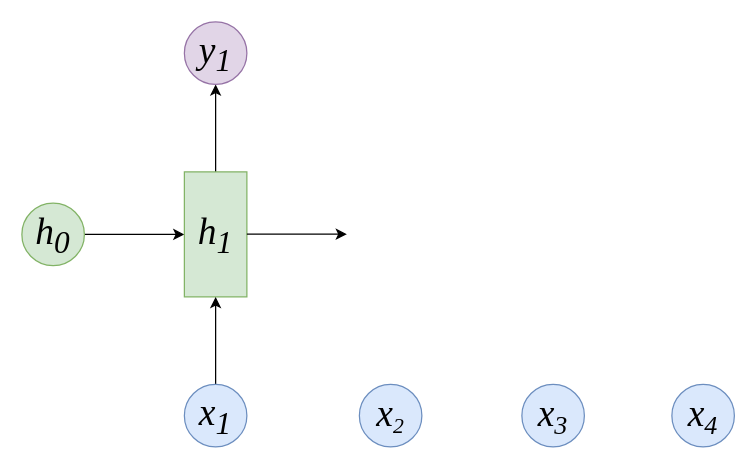
Before: efficient_transformer/rnn.drawio in lengyueit/paper_pic, a draw.io diagram. Source tidied: cells renumbered, new cells numbered last; positions are measured from the earlier drawing's top-left corner, leaving out a move shared by most shapes. Both pictures are drawn from the tidied source at 125%, with x=0, y=0 at pixel (21, 21).
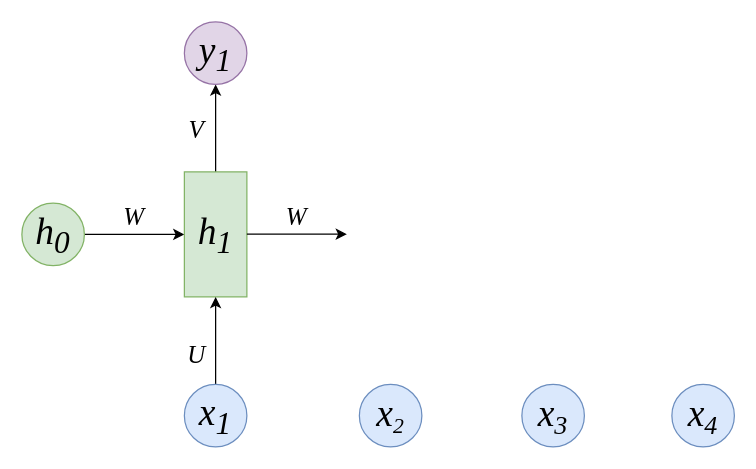
After the change.

Diff of the diagram source:
```diff
@@
 <mxGraphModel>
   <root>
     <mxCell id="0" />
     <mxCell id="1" parent="0" />
     <mxCell id="2" style="edgeStyle=orthogonalEdgeStyle;rounded=0;jettySize=auto;html=1;exitX=1;exitY=0.5;exitDx=0;exitDy=0;entryX=0;entryY=0.5;entryDx=0;entryDy=0;" parent="1" edge="1" source="3" target="5">
       <mxGeometry relative="1" as="geometry" />
     </mxCell>
     <mxCell id="3" value="&lt;i&gt;h&lt;sub&gt;0&lt;/sub&gt;&lt;/i&gt;" style="ellipse;whiteSpace=wrap;html=1;fontFamily=Times New Roman;fontSize=30;fillColor=#d5e8d4;strokeColor=#82b366;" parent="1" vertex="1">
       <mxGeometry y="145" width="50" height="50" as="geometry" />
     </mxCell>
     <mxCell id="4" style="edgeStyle=orthogonalEdgeStyle;rounded=0;jettySize=auto;html=1;exitX=0.5;exitY=0;exitDx=0;exitDy=0;entryX=0.5;entryY=1;entryDx=0;entryDy=0;" parent="1" edge="1" source="5" target="12">
       <mxGeometry relative="1" as="geometry" />
     </mxCell>
     <mxCell id="5" value="h&lt;sub&gt;1&lt;/sub&gt;" style="rounded=0;whiteSpace=wrap;html=1;fontFamily=Times New Roman;fontSize=30;fontStyle=2;fillColor=#d5e8d4;strokeColor=#82b366;" parent="1" vertex="1">
       <mxGeometry x="130" y="120" width="50" height="100" as="geometry" />
     </mxCell>
     <mxCell id="6" style="edgeStyle=orthogonalEdgeStyle;rounded=0;orthogonalLoop=1;jettySize=auto;html=1;exitX=1;exitY=0.5;exitDx=0;exitDy=0;entryX=0;entryY=0.5;entryDx=0;entryDy=0;" parent="1" edge="1">
       <mxGeometry relative="1" as="geometry">
         <mxPoint x="180" y="169.8" as="sourcePoint" />
         <mxPoint x="260" y="169.8" as="targetPoint" />
       </mxGeometry>
     </mxCell>
     <mxCell id="7" style="edgeStyle=orthogonalEdgeStyle;rounded=0;jettySize=auto;html=1;exitX=0.5;exitY=0;exitDx=0;exitDy=0;entryX=0.5;entryY=1;entryDx=0;entryDy=0;" parent="1" edge="1" source="8" target="5">
       <mxGeometry relative="1" as="geometry" />
     </mxCell>
     <mxCell id="8" value="&lt;i&gt;x&lt;sub&gt;1&lt;/sub&gt;&lt;/i&gt;" style="ellipse;whiteSpace=wrap;html=1;fontFamily=Times New Roman;fontSize=30;fillColor=#dae8fc;strokeColor=#6c8ebf;" parent="1" vertex="1">
       <mxGeometry x="130" y="290" width="50" height="50" as="geometry" />
     </mxCell>
     <mxCell id="9" value="&lt;i&gt;x&lt;span style=&quot;font-size: 20.8333px;&quot;&gt;&lt;sub&gt;2&lt;/sub&gt;&lt;/span&gt;&lt;/i&gt;" style="ellipse;whiteSpace=wrap;html=1;fontFamily=Times New Roman;fontSize=30;fillColor=#dae8fc;strokeColor=#6c8ebf;" parent="1" vertex="1">
       <mxGeometry x="270" y="290" width="50" height="50" as="geometry" />
     </mxCell>
     <mxCell id="10" value="&lt;i&gt;x&lt;span style=&quot;font-size: 25px;&quot;&gt;&lt;sub&gt;3&lt;/sub&gt;&lt;/span&gt;&lt;/i&gt;" style="ellipse;whiteSpace=wrap;html=1;fontFamily=Times New Roman;fontSize=30;fillColor=#dae8fc;strokeColor=#6c8ebf;" parent="1" vertex="1">
       <mxGeometry x="400" y="290" width="50" height="50" as="geometry" />
     </mxCell>
     <mxCell id="11" value="&lt;i&gt;x&lt;span style=&quot;font-size: 25px;&quot;&gt;&lt;sub&gt;4&lt;/sub&gt;&lt;/span&gt;&lt;/i&gt;" style="ellipse;whiteSpace=wrap;html=1;fontFamily=Times New Roman;fontSize=30;fillColor=#dae8fc;strokeColor=#6c8ebf;" parent="1" vertex="1">
       <mxGeometry x="520" y="290" width="50" height="50" as="geometry" />
     </mxCell>
     <mxCell id="12" value="&lt;i&gt;y&lt;sub&gt;1&lt;/sub&gt;&lt;/i&gt;" style="ellipse;whiteSpace=wrap;html=1;fontFamily=Times New Roman;fontSize=30;fillColor=#e1d5e7;strokeColor=#9673a6;" parent="1" vertex="1">
       <mxGeometry x="130" width="50" height="50" as="geometry" />
     </mxCell>
+    <mxCell id="13" value="W" style="text;html=1;align=center;verticalAlign=middle;whiteSpace=wrap;rounded=0;fontFamily=Times New Roman;fontSize=20;fontStyle=2;" parent="1" vertex="1">
+      <mxGeometry x="60" y="140" width="60" height="30" as="geometry" />
+    </mxCell>
+    <mxCell id="14" value="W" style="text;html=1;align=center;verticalAlign=middle;whiteSpace=wrap;rounded=0;fontFamily=Times New Roman;fontSize=20;fontStyle=2;" parent="1" vertex="1">
+      <mxGeometry x="190" y="140" width="60" height="30" as="geometry" />
+    </mxCell>
+    <mxCell id="15" value="V" style="text;html=1;align=center;verticalAlign=middle;whiteSpace=wrap;rounded=0;fontFamily=Times New Roman;fontSize=20;fontStyle=2;" parent="1" vertex="1">
+      <mxGeometry x="110" y="70" width="60" height="30" as="geometry" />
+    </mxCell>
+    <mxCell id="16" value="U" style="text;html=1;align=center;verticalAlign=middle;whiteSpace=wrap;rounded=0;fontFamily=Times New Roman;fontSize=20;fontStyle=2;" parent="1" vertex="1">
+      <mxGeometry x="110" y="250" width="60" height="30" as="geometry" />
+    </mxCell>
   </root>
 </mxGraphModel>
```
